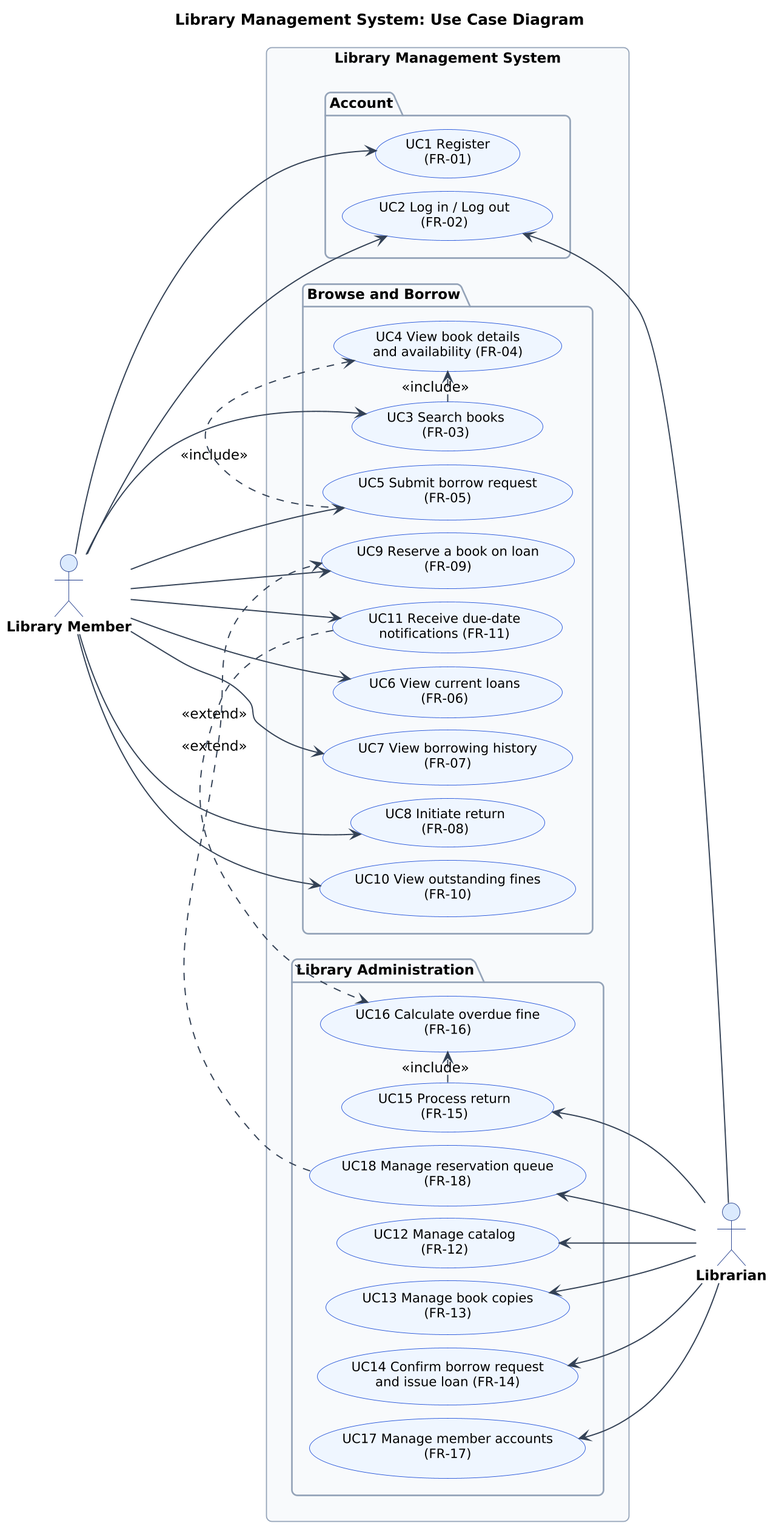
Hassan3443/library-management-system keeps this PlantUML diagram as diagrams/use-case-diagram.png. Above is the earlier version.
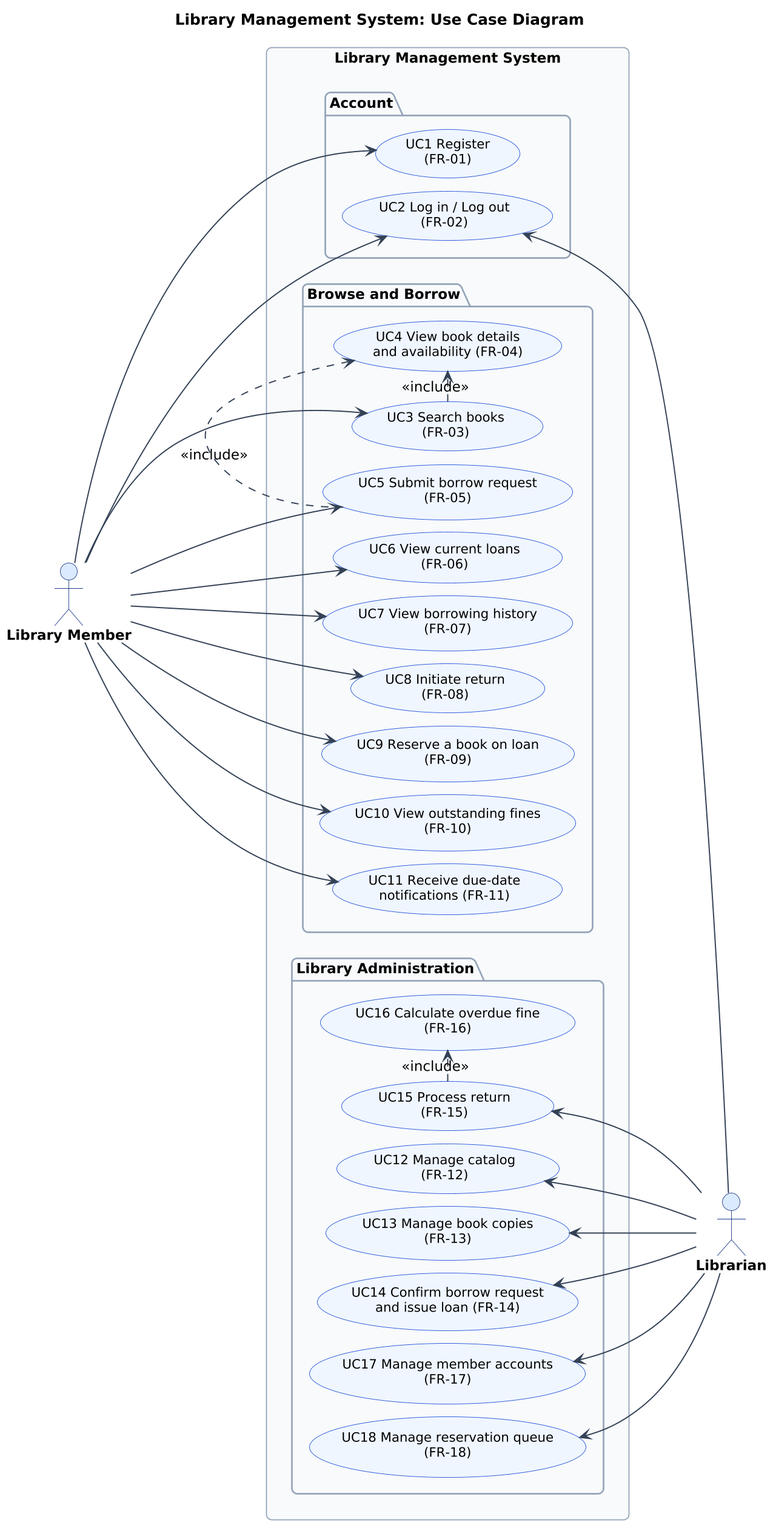
Above is the later version.

The edit, as a diff of the source:
```diff
@@ -56,6 +56,4 @@
 UC3 .> UC4 : <<include>>
 UC5 .> UC4 : <<include>>
 UC15 .> UC16 : <<include>>
-UC18 .> UC9 : <<extend>>
-UC11 .> UC16 : <<extend>>
 @enduml
```
